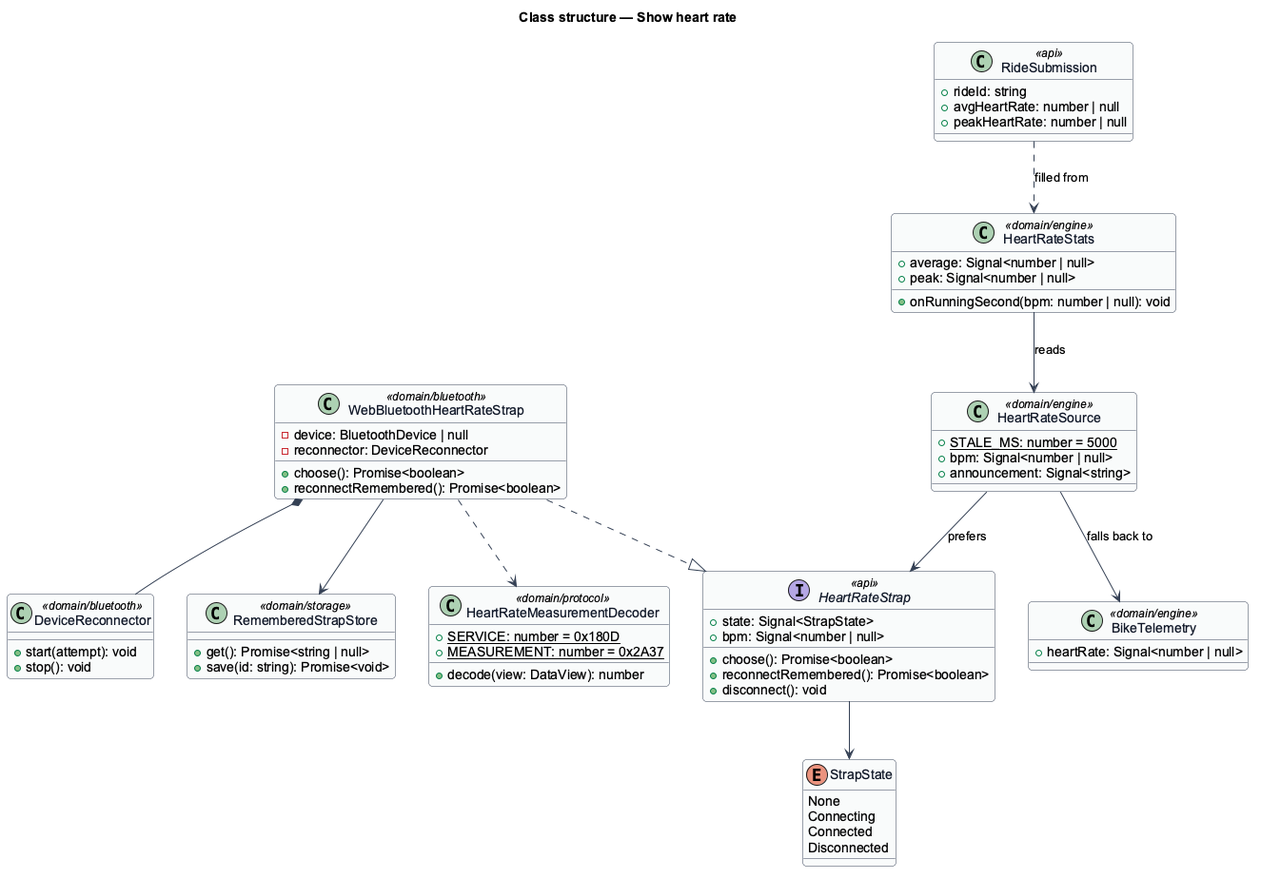
Earlier version of the PlantUML export docs/detailed-designs/bike/show-heart-rate/diagrams/class-structure.png (QuinntyneBrown/ride-one).
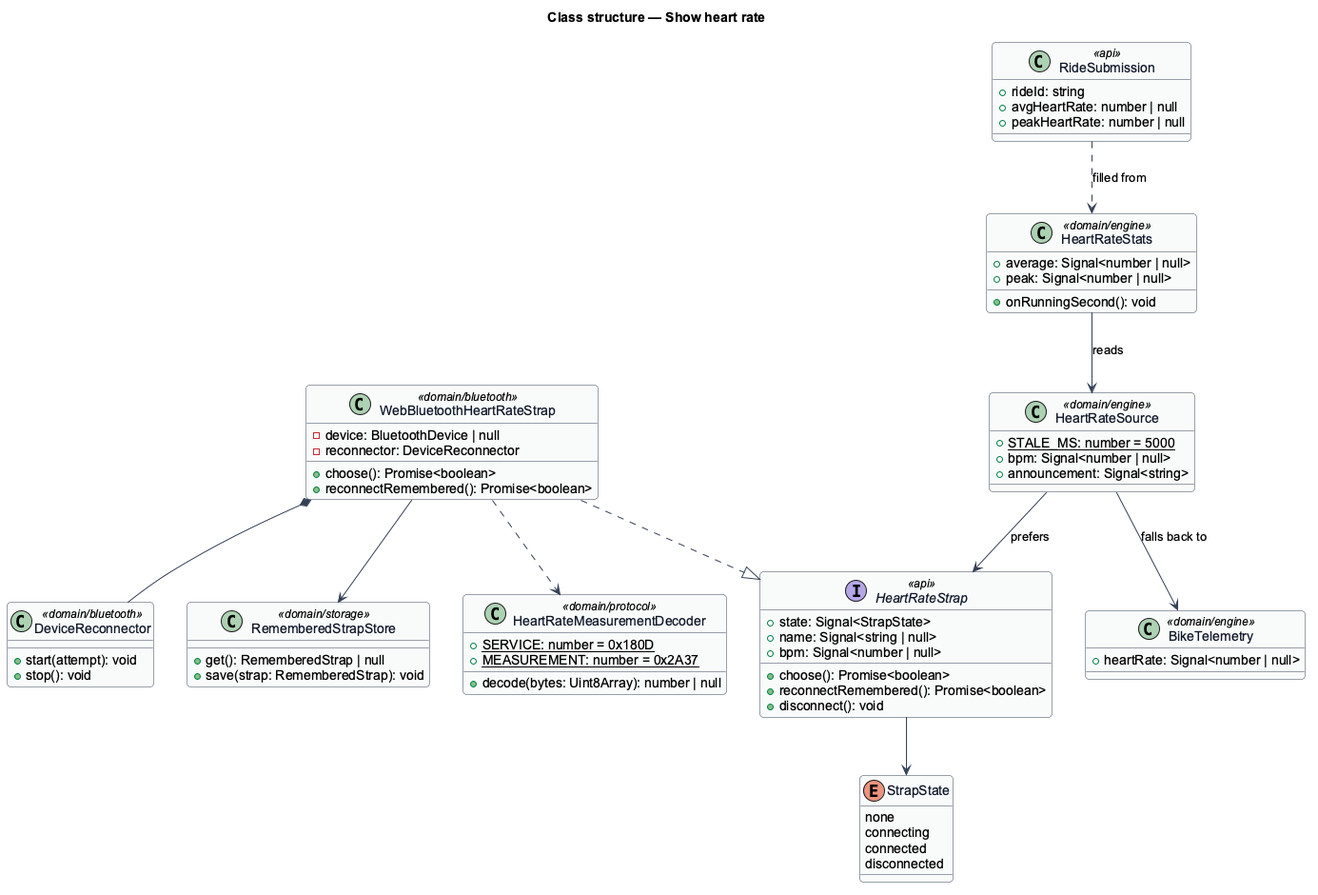
After the commit.

The edit, as a diff of the source:
```diff
@@ -11,13 +11,14 @@
 }
 title Class structure — Show heart rate
 enum StrapState {
-  None
-  Connecting
-  Connected
-  Disconnected
+  none
+  connecting
+  connected
+  disconnected
 }
 interface HeartRateStrap <<api>> {
   +state: Signal<StrapState>
+  +name: Signal<string | null>
   +bpm: Signal<number | null>
   +choose(): Promise<boolean>
   +reconnectRemembered(): Promise<boolean>
@@ -32,7 +33,7 @@
 class HeartRateMeasurementDecoder <<domain/protocol>> {
   +{static} SERVICE: number = 0x180D
   +{static} MEASUREMENT: number = 0x2A37
-  +decode(view: DataView): number
+  +decode(bytes: Uint8Array): number | null
 }
 class DeviceReconnector <<domain/bluetooth>> {
   +start(attempt): void
@@ -46,7 +47,7 @@
 class HeartRateStats <<domain/engine>> {
   +average: Signal<number | null>
   +peak: Signal<number | null>
-  +onRunningSecond(bpm: number | null): void
+  +onRunningSecond(): void
 }
 class BikeTelemetry <<domain/engine>> {
   +heartRate: Signal<number | null>
@@ -57,8 +58,8 @@
   +peakHeartRate: number | null
 }
 class RememberedStrapStore <<domain/storage>> {
-  +get(): Promise<string | null>
-  +save(id: string): Promise<void>
+  +get(): RememberedStrap | null
+  +save(strap: RememberedStrap): void
 }
 WebBluetoothHeartRateStrap ..|> HeartRateStrap
 WebBluetoothHeartRateStrap ..> HeartRateMeasurementDecoder
```
